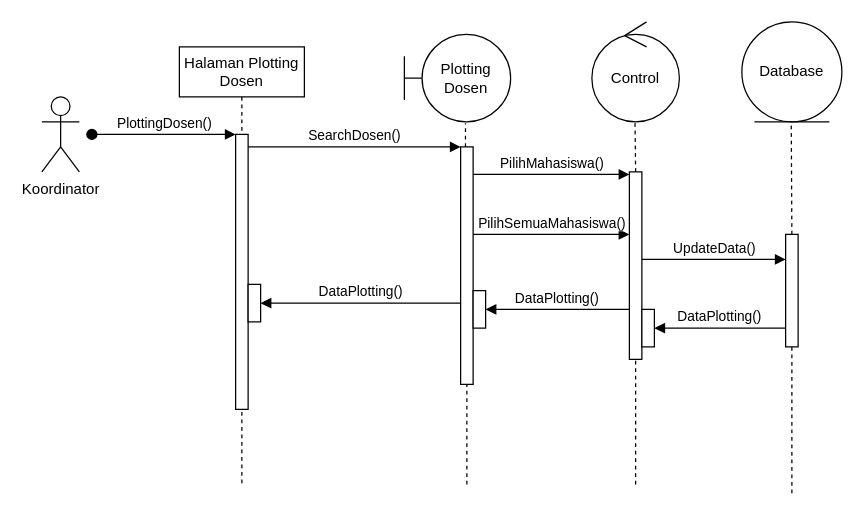
Earlier version of the draw.io diagram Website Bimbingan Online/Sequence Diagram/plotting dosen.drawio (BagusCPaste/draw.io). Source tidied: cells renumbered, new cells numbered last; positions are measured from the earlier drawing's top-left corner, leaving out a move shared by most shapes. Both pictures are drawn from the tidied source at 125%, with x=0, y=0 at pixel (41, 21).
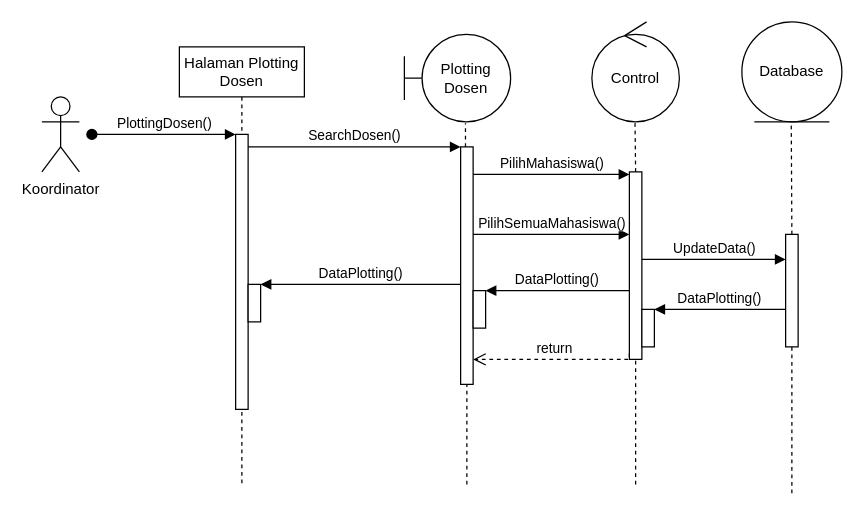
After the change.

The change refers to these unchanged cells:
```xml
<mxCell id="5" style="html=1;points=[[0,0,0,0,5],[0,1,0,0,-5],[1,0,0,0,5],[1,1,0,0,-5]];perimeter=orthogonalPerimeter;outlineConnect=0;targetShapes=umlLifeline;portConstraint=eastwest;newEdgeStyle={&quot;curved&quot;:0,&quot;rounded&quot;:0};" parent="2" vertex="1">
  <mxGeometry x="55" y="190" width="10" height="30" as="geometry" />
</mxCell>
<mxCell id="12" style="html=1;points=[[0,0,0,0,5],[0,1,0,0,-5],[1,0,0,0,5],[1,1,0,0,-5]];perimeter=orthogonalPerimeter;outlineConnect=0;targetShapes=umlLifeline;portConstraint=eastwest;newEdgeStyle={&quot;curved&quot;:0,&quot;rounded&quot;:0};" parent="11" vertex="1">
  <mxGeometry width="10" height="150" as="geometry" />
</mxCell>
<mxCell id="23" style="html=1;points=[];perimeter=orthogonalPerimeter;outlineConnect=0;targetShapes=umlLifeline;portConstraint=eastwest;newEdgeStyle={&quot;edgeStyle&quot;:&quot;elbowEdgeStyle&quot;,&quot;elbow&quot;:&quot;vertical&quot;,&quot;curved&quot;:0,&quot;rounded&quot;:0};" parent="1" vertex="1">
  <mxGeometry x="335" y="100" width="10" height="190" as="geometry" />
</mxCell>
<mxCell id="24" style="html=1;points=[[0,0,0,0,5],[0,1,0,0,-5],[1,0,0,0,5],[1,1,0,0,-5]];perimeter=orthogonalPerimeter;outlineConnect=0;targetShapes=umlLifeline;portConstraint=eastwest;newEdgeStyle={&quot;curved&quot;:0,&quot;rounded&quot;:0};" parent="1" vertex="1">
  <mxGeometry x="345" y="215" width="10" height="30" as="geometry" />
</mxCell>
<mxCell id="29" style="html=1;points=[[0,0,0,0,5],[0,1,0,0,-5],[1,0,0,0,5],[1,1,0,0,-5]];perimeter=orthogonalPerimeter;outlineConnect=0;targetShapes=umlLifeline;portConstraint=eastwest;newEdgeStyle={&quot;curved&quot;:0,&quot;rounded&quot;:0};" parent="1" vertex="1">
  <mxGeometry x="480" y="230" width="10" height="30" as="geometry" />
</mxCell>
```

Change to the diagram source:
```diff
@@
-    <mxCell id="19" value="DataPlotting()" style="html=1;verticalAlign=bottom;endArrow=block;edgeStyle=elbowEdgeStyle;elbow=horizontal;curved=0;rounded=0;" parent="1" edge="1" target="24">
+    <mxCell id="19" value="DataPlotting()" style="html=1;verticalAlign=bottom;endArrow=block;edgeStyle=elbowEdgeStyle;elbow=horizontal;curved=0;rounded=0;" parent="1" edge="1">
       <mxGeometry relative="1" as="geometry">
-        <mxPoint x="470" y="230" as="sourcePoint" />
+        <mxPoint x="470" y="215" as="sourcePoint" />
+        <mxPoint x="355" y="215" as="targetPoint" />
         <Array as="points">
-          <mxPoint x="430" y="230" />
+          <mxPoint x="430" y="215" />
         </Array>
       </mxGeometry>
     </mxCell>
@@
-    <mxCell id="28" value="DataPlotting()" style="html=1;verticalAlign=bottom;endArrow=block;edgeStyle=elbowEdgeStyle;elbow=vertical;curved=0;rounded=0;" parent="1" edge="1" target="29">
+    <mxCell id="28" value="DataPlotting()" style="html=1;verticalAlign=bottom;endArrow=block;edgeStyle=elbowEdgeStyle;elbow=vertical;curved=0;rounded=0;" parent="1" edge="1">
       <mxGeometry relative="1" as="geometry">
-        <mxPoint x="595" y="245" as="sourcePoint" />
+        <mxPoint x="595" y="230" as="sourcePoint" />
+        <mxPoint x="490" y="230" as="targetPoint" />
         <Array as="points">
-          <mxPoint x="565" y="245" />
+          <mxPoint x="565" y="230" />
         </Array>
       </mxGeometry>
     </mxCell>
@@
-    <mxCell id="30" value="DataPlotting()" style="html=1;verticalAlign=bottom;endArrow=block;edgeStyle=elbowEdgeStyle;elbow=vertical;curved=0;rounded=0;" parent="1" edge="1" source="23" target="5">
+    <mxCell id="30" value="DataPlotting()" style="html=1;verticalAlign=bottom;endArrow=block;edgeStyle=elbowEdgeStyle;elbow=vertical;curved=0;rounded=0;" parent="1" edge="1">
       <mxGeometry relative="1" as="geometry">
+        <mxPoint x="335" y="210" as="sourcePoint" />
+        <mxPoint x="175" y="210" as="targetPoint" />
         <Array as="points">
-          <mxPoint x="250" y="225" />
+          <mxPoint x="250" y="210" />
         </Array>
       </mxGeometry>
     </mxCell>
+    <mxCell id="31" value="return" style="html=1;verticalAlign=bottom;endArrow=open;dashed=1;endSize=8;edgeStyle=elbowEdgeStyle;elbow=vertical;curved=0;rounded=0;exitX=0;exitY=1;exitDx=0;exitDy=-5;exitPerimeter=0;" parent="1" edge="1" source="12">
+      <mxGeometry relative="1" as="geometry">
+        <mxPoint x="345" y="270" as="targetPoint" />
+        <Array as="points">
+          <mxPoint x="385" y="270" />
+        </Array>
+      </mxGeometry>
+    </mxCell>
```
